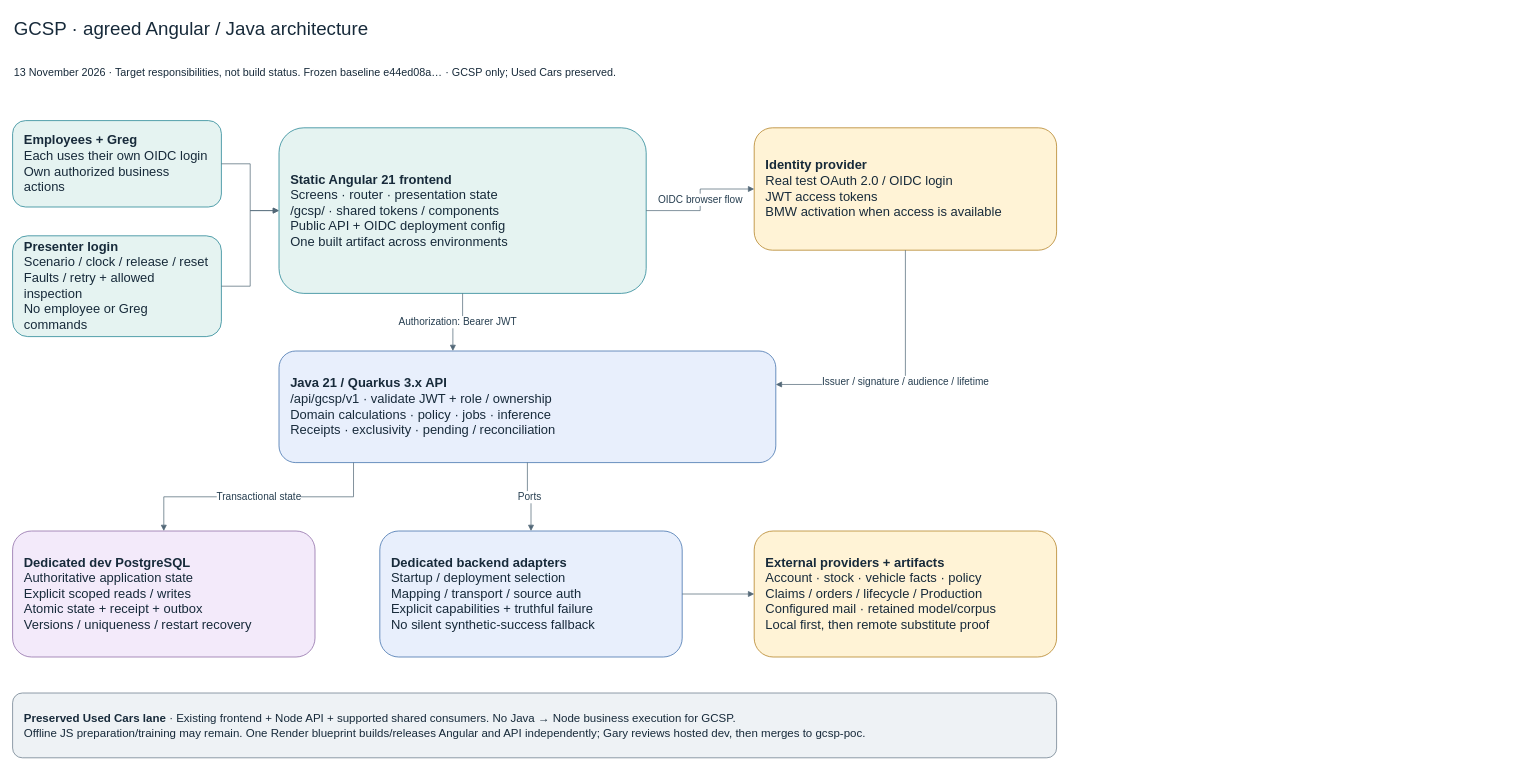
garyscarter-ibm/vehicle-matcher keeps this draw.io diagram as page "00 GCSP architecture" (1 of 15) of docs/design/high-level-design.drawio. Above is the earlier version. Source tidied: cells renumbered, new cells numbered last; positions are measured from the earlier drawing's top-left corner, leaving out a move shared by most shapes. Both pictures are drawn from the tidied source at 72%, with x=0, y=0 at pixel (12, 12).
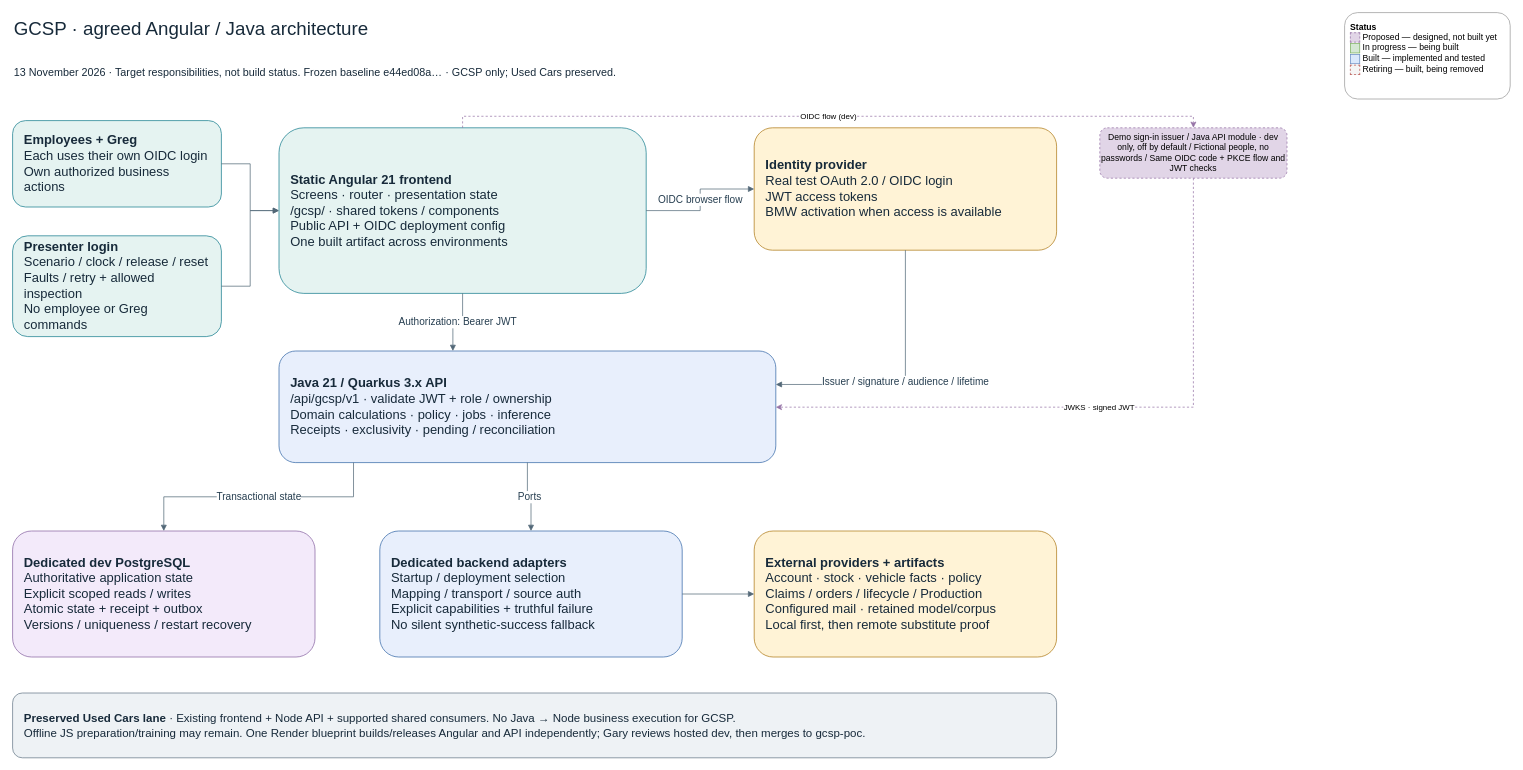
After the change.

Commit message (it also covers changes not shown here):
design: two gcsp-buddy Blueprints (FUCQ-533, in progress) and the proposed demo sign-in issuer (FUCQ-532)

The change refers to these unchanged cells:
```xml
<mxCell id="6" value="&lt;b&gt;Static Angular 21 frontend&lt;/b&gt;&lt;br&gt;Screens · router · presentation state&lt;br&gt;/gcsp/ · shared tokens / components&lt;br&gt;Public API + OIDC deployment config&lt;br&gt;One built artifact across environments" style="rounded=1;whiteSpace=wrap;html=1;fillColor=#e5f3f1;strokeColor=#167d8d;fontColor=#172a3a;align=left;verticalAlign=middle;spacing=16;fontSize=18;" parent="1" vertex="1">
  <mxGeometry x="370" y="160" width="510" height="230" as="geometry" />
</mxCell>
<mxCell id="8" value="&lt;b&gt;Java 21 / Quarkus 3.x API&lt;/b&gt;&lt;br&gt;/api/gcsp/v1 · validate JWT + role / ownership&lt;br&gt;Domain calculations · policy · jobs · inference&lt;br&gt;Receipts · exclusivity · pending / reconciliation" style="rounded=1;whiteSpace=wrap;html=1;fillColor=#e8effc;strokeColor=#3366a6;fontColor=#172a3a;align=left;verticalAlign=middle;spacing=16;fontSize=18;" parent="1" vertex="1">
  <mxGeometry x="370" y="470" width="690" height="155" as="geometry" />
</mxCell>
```

What changed in the source:
```diff
@@
+    <mxCell id="21" value="Demo sign-in issuer / Java API module · dev only, off by default / Fictional people, no passwords / Same OIDC code + PKCE flow and JWT checks" style="rounded=1;whiteSpace=wrap;html=1;strokeColor=#9673a6;dashed=1;fillColor=#e1d5e7;" parent="1" vertex="1">
+      <mxGeometry x="1510" y="160" width="260" height="70" as="geometry" />
+    </mxCell>
+    <mxCell id="22" value="OIDC flow (dev)" style="edgeStyle=orthogonalEdgeStyle;rounded=0;jettySize=auto;html=1;libavoidRouting=1;strokeColor=#9673a6;dashed=1;" parent="1" edge="1" source="6" target="21">
+      <mxGeometry relative="1" as="geometry">
+        <Array as="points">
+          <mxPoint x="625" y="144" />
+          <mxPoint x="1640" y="144" />
+        </Array>
+      </mxGeometry>
+    </mxCell>
+    <mxCell id="23" value="JWKS · signed JWT" style="edgeStyle=orthogonalEdgeStyle;rounded=0;jettySize=auto;html=1;libavoidRouting=1;strokeColor=#9673a6;dashed=1;" parent="1" edge="1" source="21" target="8">
+      <mxGeometry relative="1" as="geometry">
+        <Array as="points">
+          <mxPoint x="1640" y="548" />
+        </Array>
+      </mxGeometry>
+    </mxCell>
+    <mxCell id="24" value="&lt;b&gt;Status&lt;/b&gt;&lt;br&gt;&lt;span style=&quot;display:inline-block;width:12px;height:12px;background:#e1d5e7;border:1px dashed #9673a6;vertical-align:middle;&quot;&gt;&lt;/span&gt;&amp;nbsp;Proposed — designed, not built yet&lt;br&gt;&lt;span style=&quot;display:inline-block;width:12px;height:12px;background:#d5e8d4;border:1px solid #82b366;vertical-align:middle;&quot;&gt;&lt;/span&gt;&amp;nbsp;In progress — being built&lt;br&gt;&lt;span style=&quot;display:inline-block;width:12px;height:12px;background:#dae8fc;border:1px solid #6c8ebf;vertical-align:middle;&quot;&gt;&lt;/span&gt;&amp;nbsp;Built — implemented and tested&lt;br&gt;&lt;span style=&quot;display:inline-block;width:12px;height:12px;background:#f5f5f5;border:1px dashed #b85450;vertical-align:middle;&quot;&gt;&lt;/span&gt;&amp;nbsp;Retiring — built, being removed" style="text;html=1;align=left;verticalAlign=top;spacing=8;rounded=1;fillColor=#ffffff;strokeColor=#999999;" parent="1" vertex="1">
+      <mxGeometry x="1850" width="230" height="120" as="geometry" />
+    </mxCell>
```
